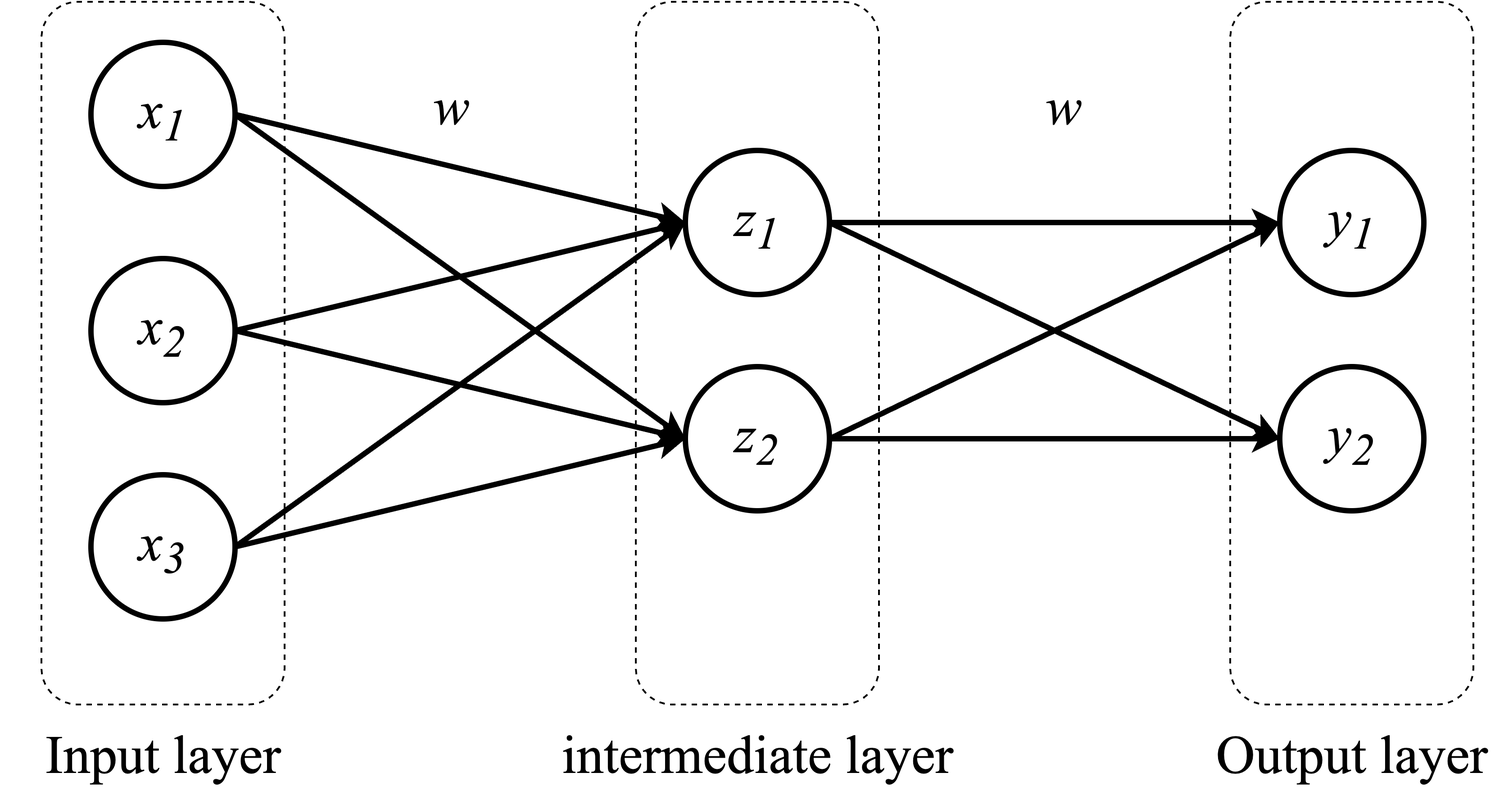
Above: fig/chapter2/neural_network.png in Kyosuke1004/Graduation_thesis (draw.io), before the change. Source tidied: cells renumbered, new cells last; positions are measured from the earlier drawing's top-left corner, leaving out a move shared by most shapes.
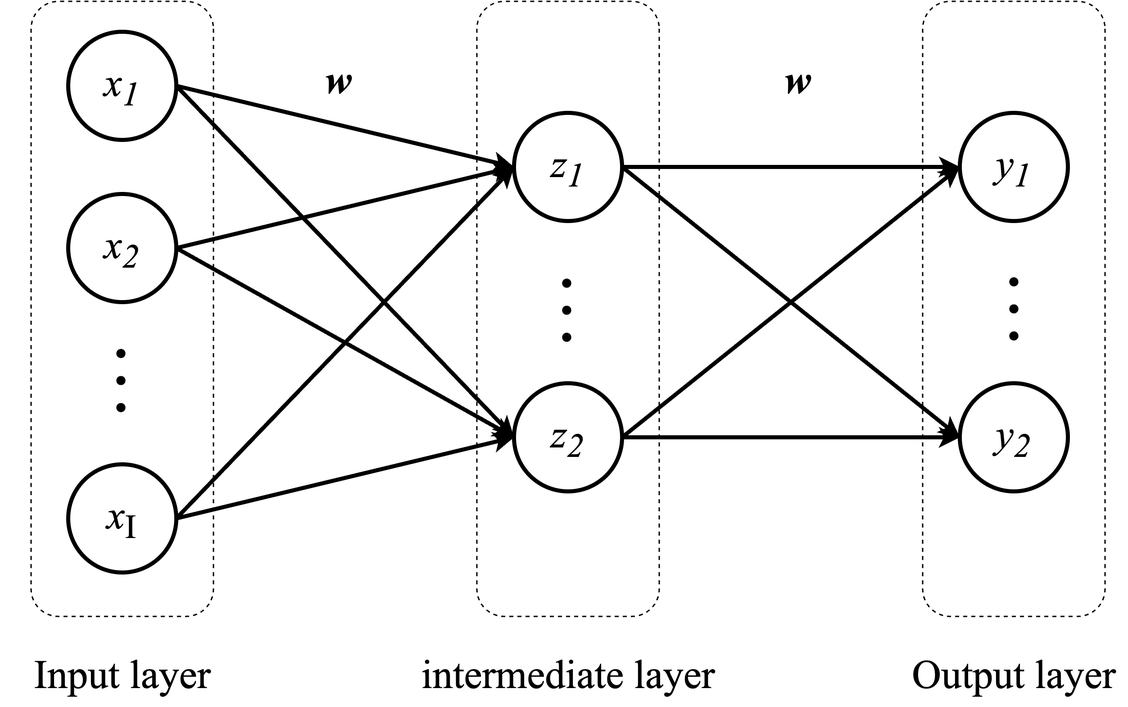
The same file after the commit.

Change to the diagram source:
```diff
@@ -2,20 +2,29 @@
   <root>
     <mxCell id="0" />
     <mxCell id="1" parent="0" />
+    <mxCell id="22" style="rounded=1;whiteSpace=wrap;html=1;rotation=90;fillColor=none;dashed=1;" parent="1" vertex="1">
+      <mxGeometry x="627.5" y="137.5" width="455" height="135" as="geometry" />
+    </mxCell>
+    <mxCell id="15" style="rounded=1;whiteSpace=wrap;html=1;rotation=90;fillColor=none;dashed=1;" parent="1" vertex="1">
+      <mxGeometry x="297.5" y="137.5" width="455" height="135" as="geometry" />
+    </mxCell>
+    <mxCell id="14" style="rounded=1;whiteSpace=wrap;html=1;rotation=90;fillColor=none;dashed=1;" parent="1" vertex="1">
+      <mxGeometry x="-32.5" y="137.5" width="455" height="135" as="geometry" />
+    </mxCell>
     <mxCell id="2" value="&lt;font face=&quot;Times New Roman&quot;&gt;&lt;i&gt;x&lt;sub&gt;1&lt;/sub&gt;&lt;/i&gt;&lt;/font&gt;" style="ellipse;whiteSpace=wrap;html=1;strokeWidth=3;fontSize=30;" parent="1" vertex="1">
       <mxGeometry x="155" width="80" height="80" as="geometry" />
     </mxCell>
     <mxCell id="3" value="&lt;font face=&quot;Times New Roman&quot;&gt;&lt;i&gt;x&lt;sub&gt;2&lt;/sub&gt;&lt;/i&gt;&lt;/font&gt;" style="ellipse;whiteSpace=wrap;html=1;strokeWidth=3;fontSize=30;" parent="1" vertex="1">
       <mxGeometry x="155" y="120" width="80" height="80" as="geometry" />
     </mxCell>
-    <mxCell id="4" value="&lt;font face=&quot;Times New Roman&quot;&gt;&lt;i&gt;x&lt;sub&gt;3&lt;/sub&gt;&lt;/i&gt;&lt;/font&gt;" style="ellipse;whiteSpace=wrap;html=1;strokeWidth=3;fontSize=30;" parent="1" vertex="1">
-      <mxGeometry x="155" y="240" width="80" height="80" as="geometry" />
+    <mxCell id="4" value="&lt;font face=&quot;Times New Roman&quot;&gt;&lt;i&gt;x&lt;/i&gt;&lt;sub style=&quot;&quot;&gt;I&lt;/sub&gt;&lt;/font&gt;" style="ellipse;whiteSpace=wrap;html=1;strokeWidth=3;fontSize=30;" parent="1" vertex="1">
+      <mxGeometry x="155" y="320" width="80" height="80" as="geometry" />
     </mxCell>
     <mxCell id="5" value="&lt;font face=&quot;Times New Roman&quot;&gt;&lt;i&gt;z&lt;sub&gt;1&lt;/sub&gt;&lt;/i&gt;&lt;/font&gt;" style="ellipse;whiteSpace=wrap;html=1;strokeWidth=3;fontSize=30;" parent="1" vertex="1">
       <mxGeometry x="485" y="60" width="80" height="80" as="geometry" />
     </mxCell>
     <mxCell id="6" value="&lt;font face=&quot;Times New Roman&quot;&gt;&lt;i&gt;z&lt;sub&gt;2&lt;/sub&gt;&lt;/i&gt;&lt;/font&gt;" style="ellipse;whiteSpace=wrap;html=1;strokeWidth=3;fontSize=30;" parent="1" vertex="1">
-      <mxGeometry x="485" y="180" width="80" height="80" as="geometry" />
+      <mxGeometry x="485" y="260" width="80" height="80" as="geometry" />
     </mxCell>
     <mxCell id="7" style="endArrow=classic;html=1;rounded=0;exitX=1;exitY=0.5;exitDx=0;exitDy=0;entryX=0;entryY=0.5;entryDx=0;entryDy=0;strokeWidth=3;fontSize=30;" parent="1" edge="1" source="2" target="5">
       <mxGeometry relative="1" as="geometry" />
@@ -35,20 +44,14 @@
     <mxCell id="12" style="endArrow=classic;html=1;rounded=0;exitX=1;exitY=0.5;exitDx=0;exitDy=0;strokeWidth=3;fontSize=30;entryX=0;entryY=0.5;entryDx=0;entryDy=0;" parent="1" edge="1" source="4" target="6">
       <mxGeometry relative="1" as="geometry" />
     </mxCell>
-    <mxCell id="13" value="&lt;i style=&quot;font-size: 30px;&quot;&gt;&lt;font face=&quot;Times New Roman&quot; style=&quot;font-size: 30px;&quot;&gt;w&lt;/font&gt;&lt;/i&gt;" style="text;html=1;align=center;verticalAlign=middle;strokeColor=none;fillColor=none;fontSize=30;strokeWidth=3;" parent="1" vertex="1">
+    <mxCell id="13" value="&lt;i style=&quot;font-size: 30px;&quot;&gt;&lt;font face=&quot;Times New Roman&quot; style=&quot;font-size: 30px;&quot;&gt;&lt;b&gt;w&lt;/b&gt;&lt;/font&gt;&lt;/i&gt;" style="text;html=1;align=center;verticalAlign=middle;strokeColor=none;fillColor=none;fontSize=30;strokeWidth=3;" parent="1" vertex="1">
       <mxGeometry x="335" y="10" width="40" height="50" as="geometry" />
     </mxCell>
-    <mxCell id="14" style="rounded=1;whiteSpace=wrap;html=1;rotation=90;fillColor=none;dashed=1;" parent="1" vertex="1">
-      <mxGeometry y="105" width="390" height="135" as="geometry" />
-    </mxCell>
-    <mxCell id="15" style="rounded=1;whiteSpace=wrap;html=1;rotation=90;fillColor=none;dashed=1;" parent="1" vertex="1">
-      <mxGeometry x="330" y="105" width="390" height="135" as="geometry" />
-    </mxCell>
     <mxCell id="16" value="&lt;font face=&quot;Times New Roman&quot;&gt;&lt;i&gt;y&lt;sub&gt;1&lt;/sub&gt;&lt;/i&gt;&lt;/font&gt;" style="ellipse;whiteSpace=wrap;html=1;strokeWidth=3;fontSize=30;" parent="1" vertex="1">
       <mxGeometry x="815" y="60" width="80" height="80" as="geometry" />
     </mxCell>
     <mxCell id="17" value="&lt;font face=&quot;Times New Roman&quot;&gt;&lt;i&gt;y&lt;sub&gt;2&lt;/sub&gt;&lt;/i&gt;&lt;/font&gt;" style="ellipse;whiteSpace=wrap;html=1;strokeWidth=3;fontSize=30;" parent="1" vertex="1">
-      <mxGeometry x="815" y="180" width="80" height="80" as="geometry" />
+      <mxGeometry x="815" y="260" width="80" height="80" as="geometry" />
     </mxCell>
     <mxCell id="18" style="endArrow=classic;html=1;rounded=0;exitX=1;exitY=0.5;exitDx=0;exitDy=0;entryX=0;entryY=0.5;entryDx=0;entryDy=0;strokeWidth=3;fontSize=30;" parent="1" edge="1" source="5" target="16">
       <mxGeometry relative="1" as="geometry" />
@@ -62,20 +65,26 @@
     <mxCell id="21" style="endArrow=classic;html=1;rounded=0;exitX=1;exitY=0.5;exitDx=0;exitDy=0;entryX=0;entryY=0.5;entryDx=0;entryDy=0;strokeWidth=3;fontSize=30;" parent="1" edge="1" source="6" target="17">
       <mxGeometry relative="1" as="geometry" />
     </mxCell>
-    <mxCell id="22" style="rounded=1;whiteSpace=wrap;html=1;rotation=90;fillColor=none;dashed=1;" parent="1" vertex="1">
-      <mxGeometry x="660" y="105" width="390" height="135" as="geometry" />
-    </mxCell>
     <mxCell id="23" value="intermediate layer" style="text;html=1;align=center;verticalAlign=middle;strokeColor=none;fillColor=none;fontSize=30;fontFamily=Times New Roman;" parent="1" vertex="1">
-      <mxGeometry x="405" y="370" width="240" height="50" as="geometry" />
+      <mxGeometry x="405" y="450" width="240" height="50" as="geometry" />
     </mxCell>
-    <mxCell id="24" value="&lt;i style=&quot;font-size: 30px;&quot;&gt;&lt;font face=&quot;Times New Roman&quot; style=&quot;font-size: 30px;&quot;&gt;w&lt;/font&gt;&lt;/i&gt;" style="text;html=1;align=center;verticalAlign=middle;strokeColor=none;fillColor=none;fontSize=30;strokeWidth=3;" parent="1" vertex="1">
+    <mxCell id="24" value="&lt;i style=&quot;font-size: 30px;&quot;&gt;&lt;font face=&quot;Times New Roman&quot; style=&quot;font-size: 30px;&quot;&gt;&lt;b&gt;w&lt;/b&gt;&lt;/font&gt;&lt;/i&gt;" style="text;html=1;align=center;verticalAlign=middle;strokeColor=none;fillColor=none;fontSize=30;strokeWidth=3;" parent="1" vertex="1">
       <mxGeometry x="675" y="10" width="40" height="50" as="geometry" />
     </mxCell>
     <mxCell id="25" value="&lt;font&gt;Input layer&lt;/font&gt;" style="text;html=1;align=center;verticalAlign=middle;strokeColor=none;fillColor=none;fontSize=30;fontFamily=Times New Roman;" parent="1" vertex="1">
-      <mxGeometry x="105" y="370" width="180" height="50" as="geometry" />
+      <mxGeometry x="105" y="450" width="180" height="50" as="geometry" />
     </mxCell>
     <mxCell id="26" value="Output layer" style="text;html=1;align=center;verticalAlign=middle;strokeColor=none;fillColor=none;fontSize=30;fontFamily=Times New Roman;" parent="1" vertex="1">
-      <mxGeometry x="770" y="370" width="170" height="50" as="geometry" />
+      <mxGeometry x="770" y="450" width="170" height="50" as="geometry" />
     </mxCell>
+    <mxCell id="27" value="…" style="text;html=1;align=center;verticalAlign=middle;strokeColor=none;fillColor=none;fontSize=60;fontFamily=Times New Roman;rotation=90;" parent="1" vertex="1">
+      <mxGeometry x="173" y="213" width="80" height="90" as="geometry" />
+    </mxCell>
+    <mxCell id="28" value="…" style="text;html=1;align=center;verticalAlign=middle;strokeColor=none;fillColor=none;fontSize=60;fontFamily=Times New Roman;rotation=90;" parent="1" vertex="1">
+      <mxGeometry x="503" y="161" width="80" height="90" as="geometry" />
+    </mxCell>
+    <mxCell id="29" value="…" style="text;html=1;align=center;verticalAlign=middle;strokeColor=none;fillColor=none;fontSize=60;fontFamily=Times New Roman;rotation=90;" parent="1" vertex="1">
+      <mxGeometry x="834" y="160" width="80" height="90" as="geometry" />
+    </mxCell>
   </root>
 </mxGraphModel>
```
